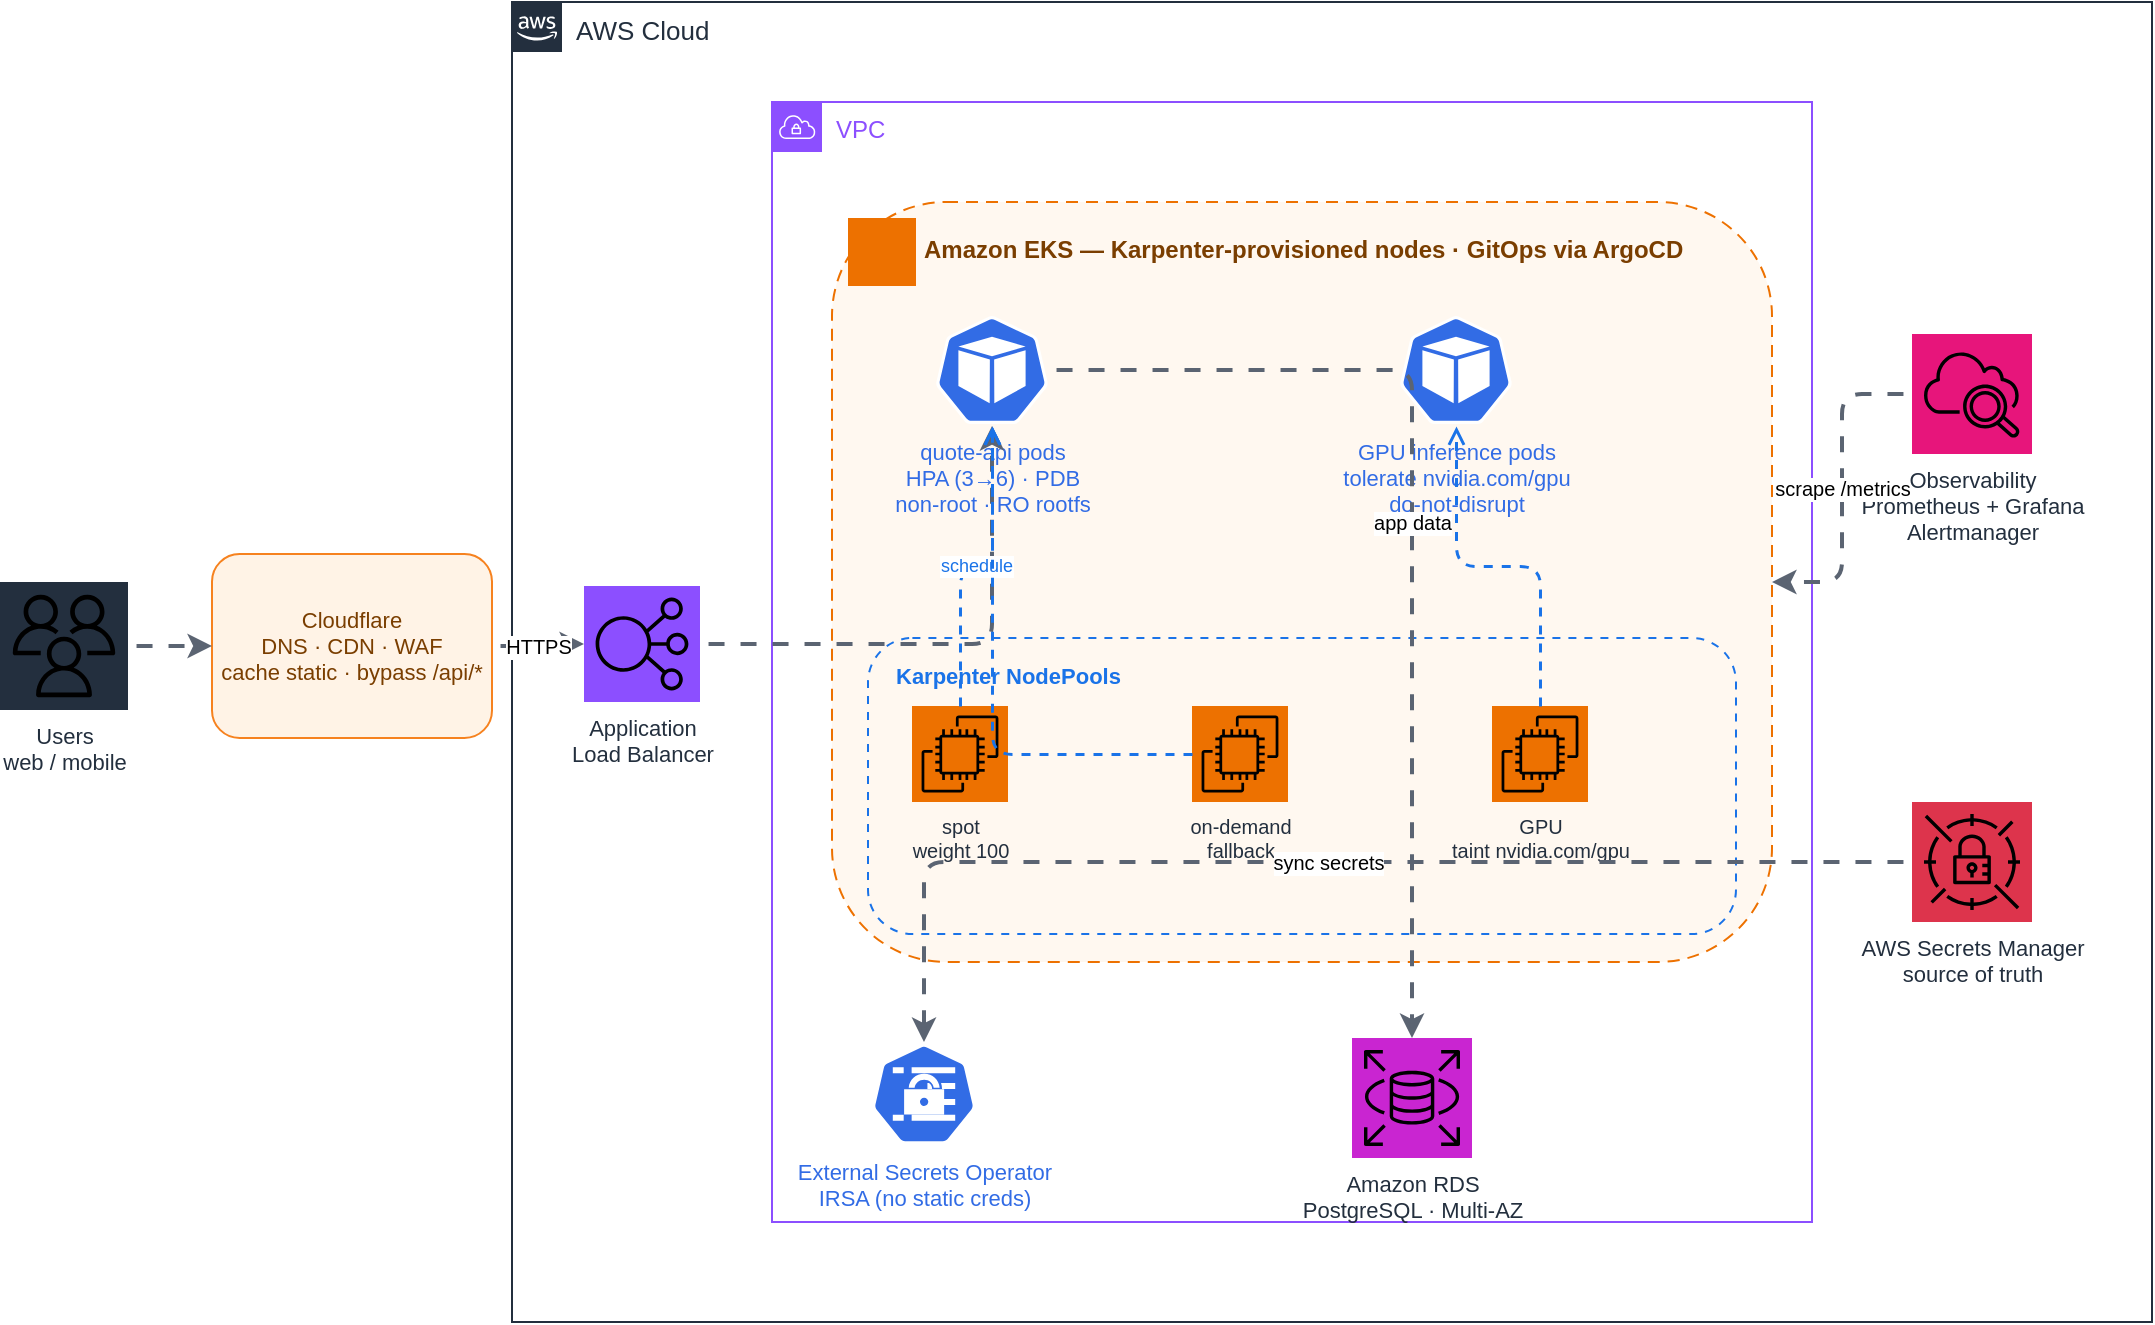
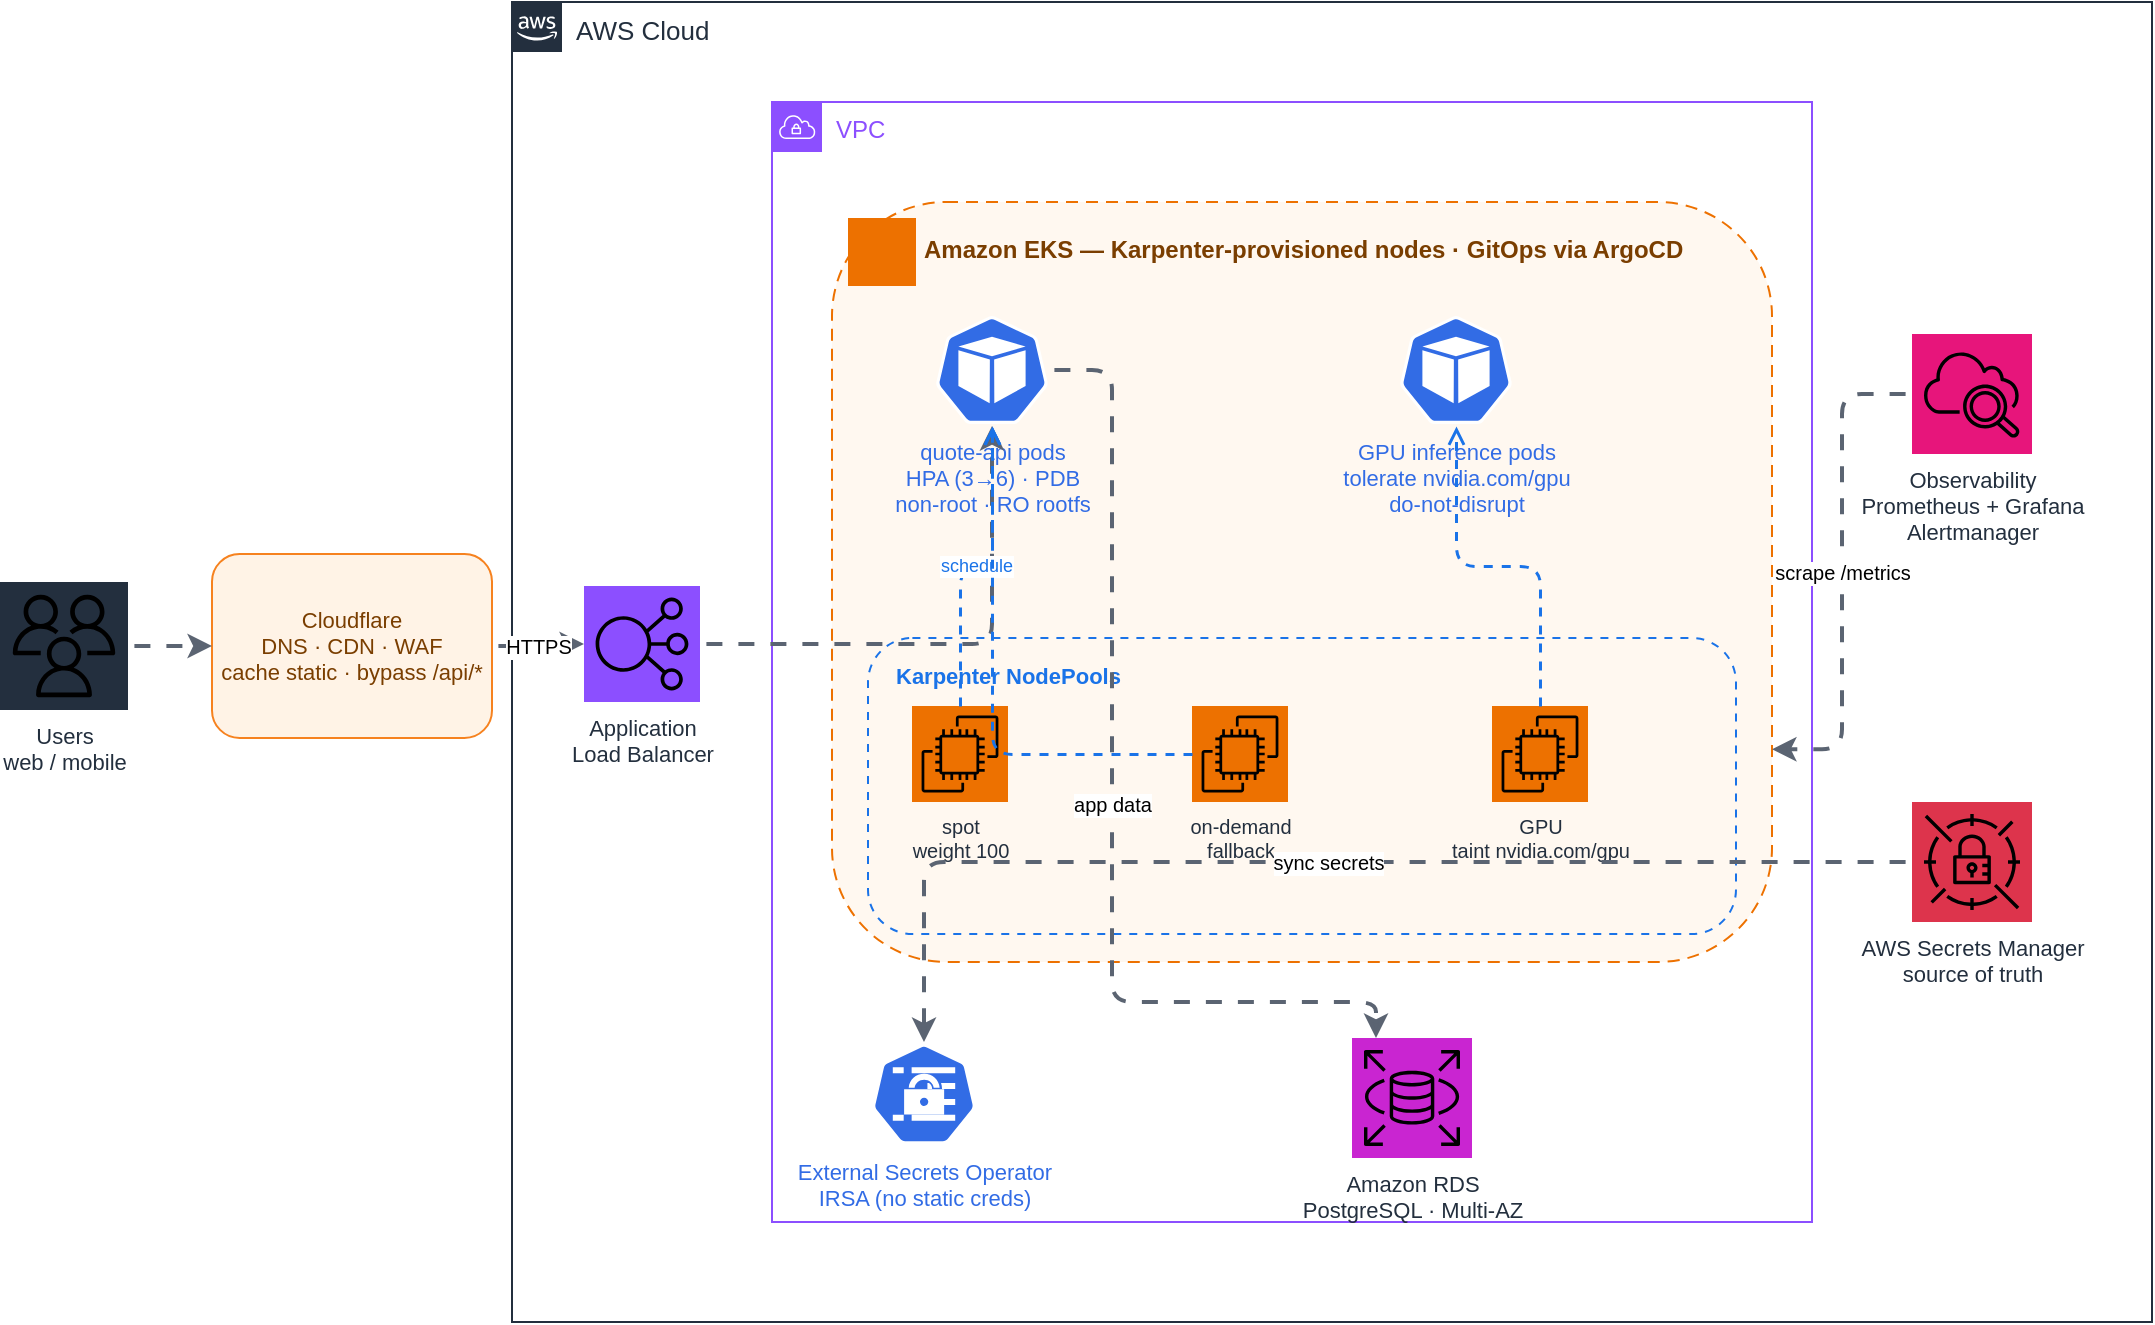
<mxfile host="app.diagrams.net" type="device">
  <diagram name="aws-production" id="aws-prod">
    <mxGraphModel dx="1400" dy="820" grid="0" gridSize="10" guides="1" tooltips="1" connect="1" arrows="1" fold="1" page="1" pageScale="1" pageWidth="1160" pageHeight="740" math="0" shadow="0">
      <root>
        <mxCell id="0"/>
        <mxCell id="1" parent="0"/>

        <mxCell id="awscloud" value="AWS Cloud" style="sketch=0;outlineConnect=0;gradientColor=none;html=1;whiteSpace=wrap;fontSize=13;fontStyle=0;container=0;pointerEvents=0;collapsible=0;recursiveResize=0;shape=mxgraph.aws4.group;grIcon=mxgraph.aws4.group_aws_cloud_alt;strokeColor=#232F3E;fillColor=none;verticalAlign=top;align=left;spacingLeft=30;fontColor=#232F3E;dashed=0;" vertex="1" parent="1"><mxGeometry x="300" y="40" width="820" height="660" as="geometry"/></mxCell>
        <mxCell id="vpc" value="VPC" style="sketch=0;outlineConnect=0;gradientColor=none;html=1;whiteSpace=wrap;fontSize=12;fontStyle=0;container=0;pointerEvents=0;collapsible=0;recursiveResize=0;shape=mxgraph.aws4.group;grIcon=mxgraph.aws4.group_vpc;strokeColor=#8C4FFF;fillColor=none;verticalAlign=top;align=left;spacingLeft=30;fontColor=#8C4FFF;dashed=0;" vertex="1" parent="1"><mxGeometry x="430" y="90" width="520" height="560" as="geometry"/></mxCell>
        <mxCell id="eksgrp" value="Amazon EKS  —  Karpenter-provisioned nodes · GitOps via ArgoCD" style="rounded=1;whiteSpace=wrap;html=1;dashed=1;dashPattern=6 4;strokeColor=#ED7100;fillColor=#FFF8F0;verticalAlign=top;align=left;spacingLeft=44;spacingTop=10;fontSize=12;fontStyle=1;fontColor=#7A3E00;" vertex="1" parent="1"><mxGeometry x="460" y="140" width="470" height="380" as="geometry"/></mxCell>
        <mxCell id="npgrp" value="Karpenter NodePools" style="rounded=1;whiteSpace=wrap;html=1;dashed=1;dashPattern=4 4;strokeColor=#1A73E8;fillColor=none;verticalAlign=top;align=left;spacingLeft=12;spacingTop=6;fontSize=11;fontStyle=1;fontColor=#1A73E8;" vertex="1" parent="1"><mxGeometry x="478" y="358" width="434" height="148" as="geometry"/></mxCell>

        <mxCell id="ekshdr" style="sketch=0;outlineConnect=0;fontColor=#232F3E;gradientColor=none;fillColor=#ED7100;strokeColor=none;dashed=0;verticalLabelPosition=right;verticalAlign=middle;align=left;spacingLeft=4;html=1;fontSize=10;fontStyle=0;aspect=fixed;shape=mxgraph.aws4.resourceIcon;resIcon=mxgraph.aws4.elastic_kubernetes_service;" vertex="1" parent="1"><mxGeometry x="468" y="148" width="34" height="34" as="geometry"/></mxCell>

        <mxCell id="users" value="Users&#10;web / mobile" style="sketch=0;outlineConnect=0;fontColor=#232F3E;gradientColor=none;fillColor=#232F3E;strokeColor=none;dashed=0;verticalLabelPosition=bottom;verticalAlign=top;align=center;html=1;fontSize=11;fontStyle=0;aspect=fixed;shape=mxgraph.aws4.resourceIcon;resIcon=mxgraph.aws4.users;" vertex="1" parent="1"><mxGeometry x="44" y="330" width="64" height="64" as="geometry"/></mxCell>
        <mxCell id="cf" value="Cloudflare&#10;DNS · CDN · WAF&#10;cache static · bypass /api/*" style="rounded=1;whiteSpace=wrap;html=1;fillColor=#FFF3E6;strokeColor=#F6821F;fontColor=#7A3E00;fontSize=11;" vertex="1" parent="1"><mxGeometry x="150" y="316" width="140" height="92" as="geometry"/></mxCell>

        <mxCell id="alb" value="Application&#10;Load Balancer" style="sketch=0;outlineConnect=0;fontColor=#232F3E;gradientColor=none;fillColor=#8C4FFF;strokeColor=none;dashed=0;verticalLabelPosition=bottom;verticalAlign=top;align=center;html=1;fontSize=11;fontStyle=0;aspect=fixed;shape=mxgraph.aws4.resourceIcon;resIcon=mxgraph.aws4.elastic_load_balancing;" vertex="1" parent="1"><mxGeometry x="336" y="332" width="58" height="58" as="geometry"/></mxCell>

        <mxCell id="qa" value="quote-api pods&#10;HPA (3→6) · PDB&#10;non-root · RO rootfs" style="sketch=0;outlineConnect=0;fontColor=#326CE5;gradientColor=none;fillColor=#326CE5;strokeColor=none;dashed=0;verticalLabelPosition=bottom;verticalAlign=top;align=center;html=1;fontSize=11;fontStyle=0;aspect=fixed;shape=mxgraph.kubernetes.icon;prIcon=pod;" vertex="1" parent="1"><mxGeometry x="512" y="196" width="56" height="56" as="geometry"/></mxCell>
        <mxCell id="gpu" value="GPU inference pods&#10;tolerate nvidia.com/gpu&#10;do-not-disrupt" style="sketch=0;outlineConnect=0;fontColor=#326CE5;gradientColor=none;fillColor=#326CE5;strokeColor=none;dashed=0;verticalLabelPosition=bottom;verticalAlign=top;align=center;html=1;fontSize=11;fontStyle=0;aspect=fixed;shape=mxgraph.kubernetes.icon;prIcon=pod;" vertex="1" parent="1"><mxGeometry x="744" y="196" width="56" height="56" as="geometry"/></mxCell>

        <mxCell id="ec2spot" value="spot&#10;weight 100" style="sketch=0;outlineConnect=0;fontColor=#232F3E;gradientColor=none;fillColor=#ED7100;strokeColor=none;dashed=0;verticalLabelPosition=bottom;verticalAlign=top;align=center;html=1;fontSize=10;fontStyle=0;aspect=fixed;shape=mxgraph.aws4.resourceIcon;resIcon=mxgraph.aws4.ec2;" vertex="1" parent="1"><mxGeometry x="500" y="392" width="48" height="48" as="geometry"/></mxCell>
        <mxCell id="ec2od" value="on-demand&#10;fallback" style="sketch=0;outlineConnect=0;fontColor=#232F3E;gradientColor=none;fillColor=#ED7100;strokeColor=none;dashed=0;verticalLabelPosition=bottom;verticalAlign=top;align=center;html=1;fontSize=10;fontStyle=0;aspect=fixed;shape=mxgraph.aws4.resourceIcon;resIcon=mxgraph.aws4.ec2;" vertex="1" parent="1"><mxGeometry x="640" y="392" width="48" height="48" as="geometry"/></mxCell>
        <mxCell id="ec2gpu" value="GPU&#10;taint nvidia.com/gpu" style="sketch=0;outlineConnect=0;fontColor=#232F3E;gradientColor=none;fillColor=#ED7100;strokeColor=none;dashed=0;verticalLabelPosition=bottom;verticalAlign=top;align=center;html=1;fontSize=10;fontStyle=0;aspect=fixed;shape=mxgraph.aws4.resourceIcon;resIcon=mxgraph.aws4.ec2;" vertex="1" parent="1"><mxGeometry x="790" y="392" width="48" height="48" as="geometry"/></mxCell>

        <mxCell id="eso" value="External Secrets Operator&#10;IRSA (no static creds)" style="sketch=0;outlineConnect=0;fontColor=#326CE5;gradientColor=none;fillColor=#326CE5;strokeColor=none;dashed=0;verticalLabelPosition=bottom;verticalAlign=top;align=center;html=1;fontSize=11;fontStyle=0;aspect=fixed;shape=mxgraph.kubernetes.icon;prIcon=secret;" vertex="1" parent="1"><mxGeometry x="480" y="560" width="52" height="52" as="geometry"/></mxCell>
        <mxCell id="rds" value="Amazon RDS&#10;PostgreSQL · Multi-AZ" style="sketch=0;outlineConnect=0;fontColor=#232F3E;gradientColor=none;fillColor=#C925D1;strokeColor=none;dashed=0;verticalLabelPosition=bottom;verticalAlign=top;align=center;html=1;fontSize=11;fontStyle=0;aspect=fixed;shape=mxgraph.aws4.resourceIcon;resIcon=mxgraph.aws4.rds;" vertex="1" parent="1"><mxGeometry x="720" y="558" width="60" height="60" as="geometry"/></mxCell>

        <mxCell id="cw" value="Observability&#10;Prometheus + Grafana&#10;Alertmanager" style="sketch=0;outlineConnect=0;fontColor=#232F3E;gradientColor=none;fillColor=#E7157B;strokeColor=none;dashed=0;verticalLabelPosition=bottom;verticalAlign=top;align=center;html=1;fontSize=11;fontStyle=0;aspect=fixed;shape=mxgraph.aws4.resourceIcon;resIcon=mxgraph.aws4.cloudwatch_2;" vertex="1" parent="1"><mxGeometry x="1000" y="206" width="60" height="60" as="geometry"/></mxCell>
        <mxCell id="sm" value="AWS Secrets Manager&#10;source of truth" style="sketch=0;outlineConnect=0;fontColor=#232F3E;gradientColor=none;fillColor=#DD344C;strokeColor=none;dashed=0;verticalLabelPosition=bottom;verticalAlign=top;align=center;html=1;fontSize=11;fontStyle=0;aspect=fixed;shape=mxgraph.aws4.resourceIcon;resIcon=mxgraph.aws4.secrets_manager;" vertex="1" parent="1"><mxGeometry x="1000" y="440" width="60" height="60" as="geometry"/></mxCell>

        <mxCell id="e1" style="edgeStyle=orthogonalEdgeStyle;rounded=1;html=1;flowAnimation=1;strokeColor=#5B6472;strokeWidth=2;endArrow=classic;endFill=1;" edge="1" parent="1" source="users" target="cf"><mxGeometry relative="1" as="geometry"/></mxCell>
        <mxCell id="e2" value="HTTPS" style="edgeStyle=orthogonalEdgeStyle;rounded=1;html=1;flowAnimation=1;strokeColor=#5B6472;strokeWidth=2;endArrow=classic;endFill=1;fontSize=10;" edge="1" parent="1" source="cf" target="alb"><mxGeometry relative="1" as="geometry"/></mxCell>
        <mxCell id="e3" style="edgeStyle=orthogonalEdgeStyle;rounded=1;html=1;flowAnimation=1;strokeColor=#5B6472;strokeWidth=2;endArrow=classic;endFill=1;" edge="1" parent="1" source="alb" target="qa"><mxGeometry relative="1" as="geometry"/></mxCell>
        <mxCell id="e4" value="schedule" style="edgeStyle=orthogonalEdgeStyle;rounded=1;html=1;dashed=1;strokeColor=#1A73E8;strokeWidth=1.5;endArrow=open;fontSize=9;fontColor=#1A73E8;" edge="1" parent="1" source="ec2spot" target="qa"><mxGeometry relative="1" as="geometry"/></mxCell>
        <mxCell id="e5" style="edgeStyle=orthogonalEdgeStyle;rounded=1;html=1;dashed=1;strokeColor=#1A73E8;strokeWidth=1.5;endArrow=open;" edge="1" parent="1" source="ec2od" target="qa"><mxGeometry relative="1" as="geometry"/></mxCell>
        <mxCell id="e6" style="edgeStyle=orthogonalEdgeStyle;rounded=1;html=1;dashed=1;strokeColor=#1A73E8;strokeWidth=1.5;endArrow=open;" edge="1" parent="1" source="ec2gpu" target="gpu"><mxGeometry relative="1" as="geometry"/></mxCell>
-         <mxCell id="e7" value="app data" style="edgeStyle=orthogonalEdgeStyle;rounded=1;html=1;flowAnimation=1;strokeColor=#5B6472;strokeWidth=2;endArrow=classic;endFill=1;fontSize=10;" edge="1" parent="1" source="qa" target="rds"><mxGeometry relative="1" as="geometry"/></mxCell>
-         <mxCell id="e8" value="scrape /metrics" style="edgeStyle=orthogonalEdgeStyle;rounded=1;html=1;flowAnimation=1;strokeColor=#5B6472;strokeWidth=2;endArrow=classic;endFill=1;fontSize=10;" edge="1" parent="1" source="cw" target="eksgrp"><mxGeometry relative="1" as="geometry"/></mxCell>
+         <mxCell id="e7" value="app data" style="edgeStyle=orthogonalEdgeStyle;rounded=1;html=1;flowAnimation=1;strokeColor=#5B6472;strokeWidth=2;endArrow=classic;endFill=1;fontSize=10;exitX=1;exitY=0.5;exitDx=0;exitDy=0;entryX=0.2;entryY=0;entryDx=0;entryDy=0;" edge="1" parent="1" source="qa" target="rds"><mxGeometry relative="1" as="geometry"><Array as="points"><mxPoint x="600" y="224"/><mxPoint x="600" y="540"/></Array></mxGeometry></mxCell>
+         <mxCell id="e8" value="scrape /metrics" style="edgeStyle=orthogonalEdgeStyle;rounded=1;html=1;flowAnimation=1;strokeColor=#5B6472;strokeWidth=2;endArrow=classic;endFill=1;fontSize=10;entryX=1;entryY=0.72;entryDx=0;entryDy=0;" edge="1" parent="1" source="cw" target="eksgrp"><mxGeometry relative="1" as="geometry"/></mxCell>
        <mxCell id="e9" value="sync secrets" style="edgeStyle=orthogonalEdgeStyle;rounded=1;html=1;flowAnimation=1;strokeColor=#5B6472;strokeWidth=2;endArrow=classic;endFill=1;fontSize=10;" edge="1" parent="1" source="sm" target="eso"><mxGeometry relative="1" as="geometry"/></mxCell>
      </root>
    </mxGraphModel>
  </diagram>
</mxfile>
